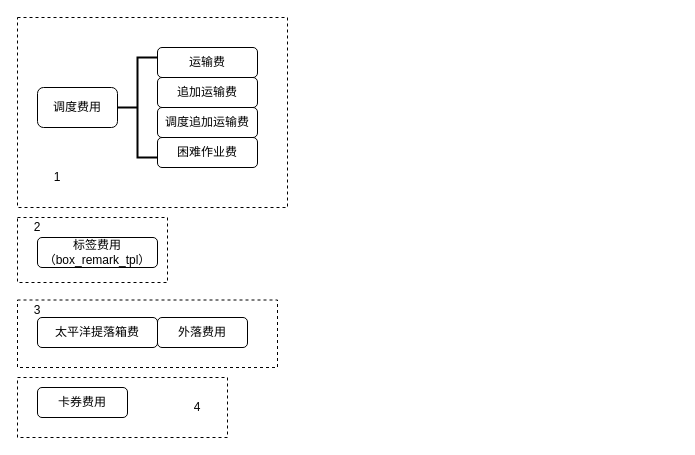
This is 调度/新版调度费用.drawio from gongyao1992/draw, a draw.io file, before an edit. Source tidied: cells renumbered, new cells numbered last; positions are measured from the earlier drawing's top-left corner, leaving out a move shared by most shapes. Both pictures are drawn from the tidied source at 100%, with x=0, y=0 at pixel (17, 17).
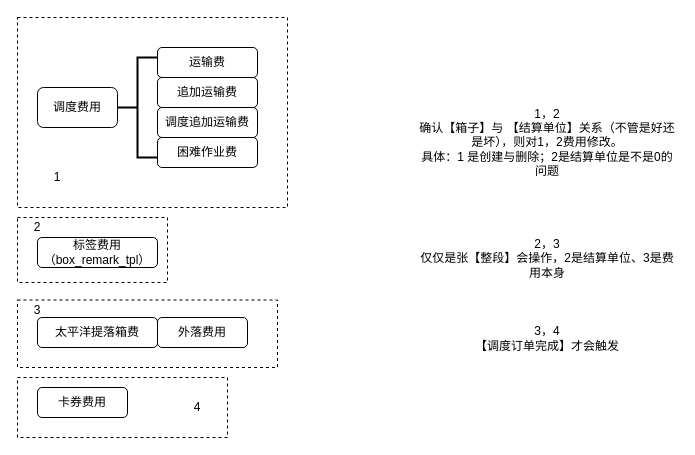
The same diagram, later.

Commit message (it also covers changes not shown here):
更新新版调度费用.drawio

What changed in the source:
```diff
@@
+    <mxCell id="22" value="1，2&lt;br&gt;确认【箱子】与 【结算单位】关系（不管是好还是坏），则对1，2费用修改。&lt;br&gt;具体：1 是创建与删除；2是结算单位是不是0的问题" style="text;html=1;strokeColor=none;fillColor=none;align=center;verticalAlign=middle;whiteSpace=wrap;rounded=0;dashed=1;" parent="1" vertex="1">
+      <mxGeometry x="400" y="80" width="260" height="90" as="geometry" />
+    </mxCell>
+    <mxCell id="23" value="2，3&lt;br&gt;仅仅是张【整段】会操作，2是结算单位、3是费用本身" style="text;html=1;strokeColor=none;fillColor=none;align=center;verticalAlign=middle;whiteSpace=wrap;rounded=0;dashed=1;" parent="1" vertex="1">
+      <mxGeometry x="400" y="212.5" width="260" height="57.5" as="geometry" />
+    </mxCell>
+    <mxCell id="24" value="3，4&lt;br&gt;【调度订单完成】才会触发" style="text;html=1;strokeColor=none;fillColor=none;align=center;verticalAlign=middle;whiteSpace=wrap;rounded=0;dashed=1;" parent="1" vertex="1">
+      <mxGeometry x="400" y="292.5" width="260" height="57.5" as="geometry" />
+    </mxCell>
```
